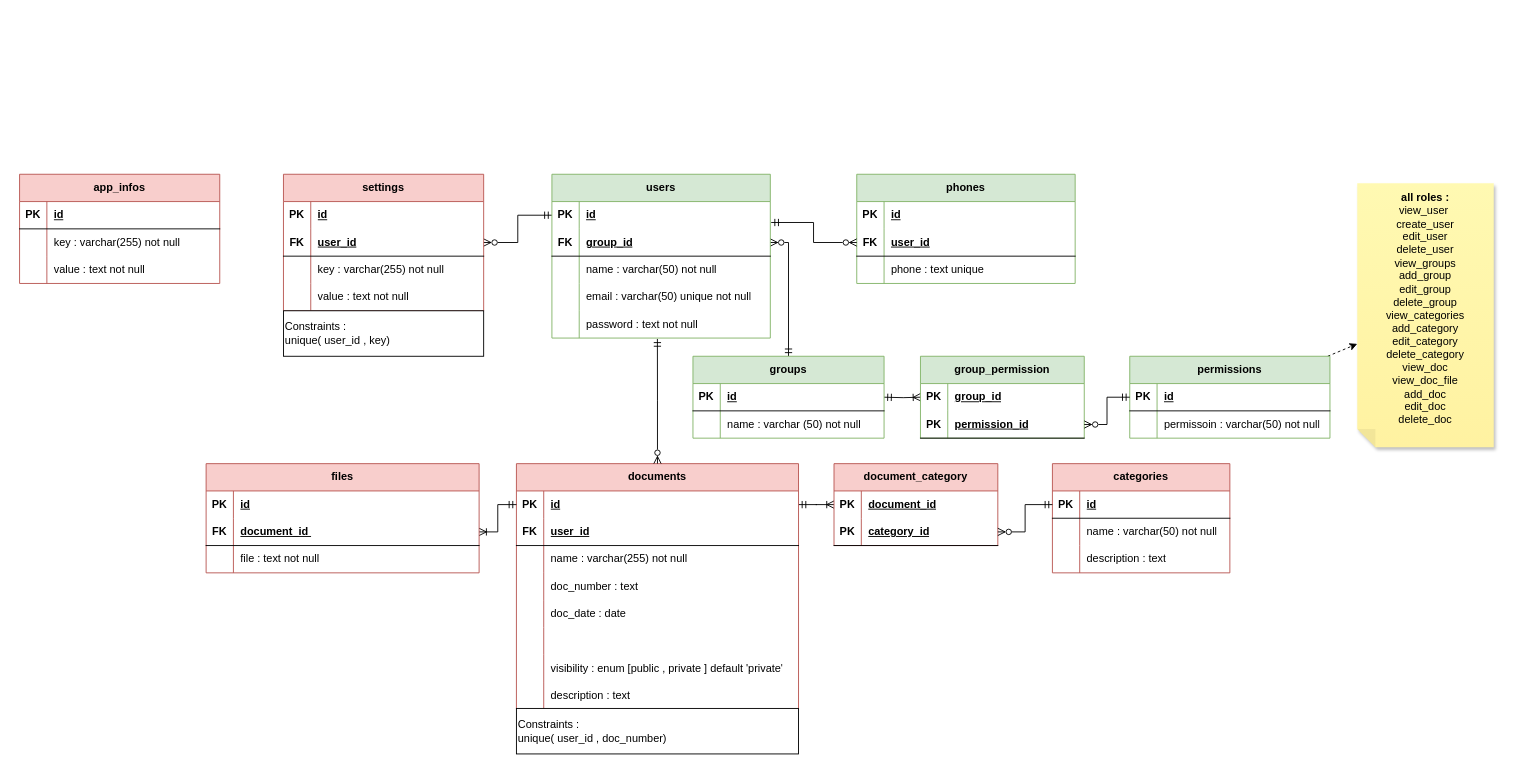
Earlier version of the draw.io diagram page "db_schema" (1 of 2) of planning/diagram.drawio (khaledfathi/documents-vault). Source tidied: cells renumbered, new cells numbered last; positions are measured from the earlier drawing's top-left corner, leaving out a move shared by most shapes. Both pictures are drawn from the tidied source at 91%, with x=0, y=0 at pixel (19, 174).
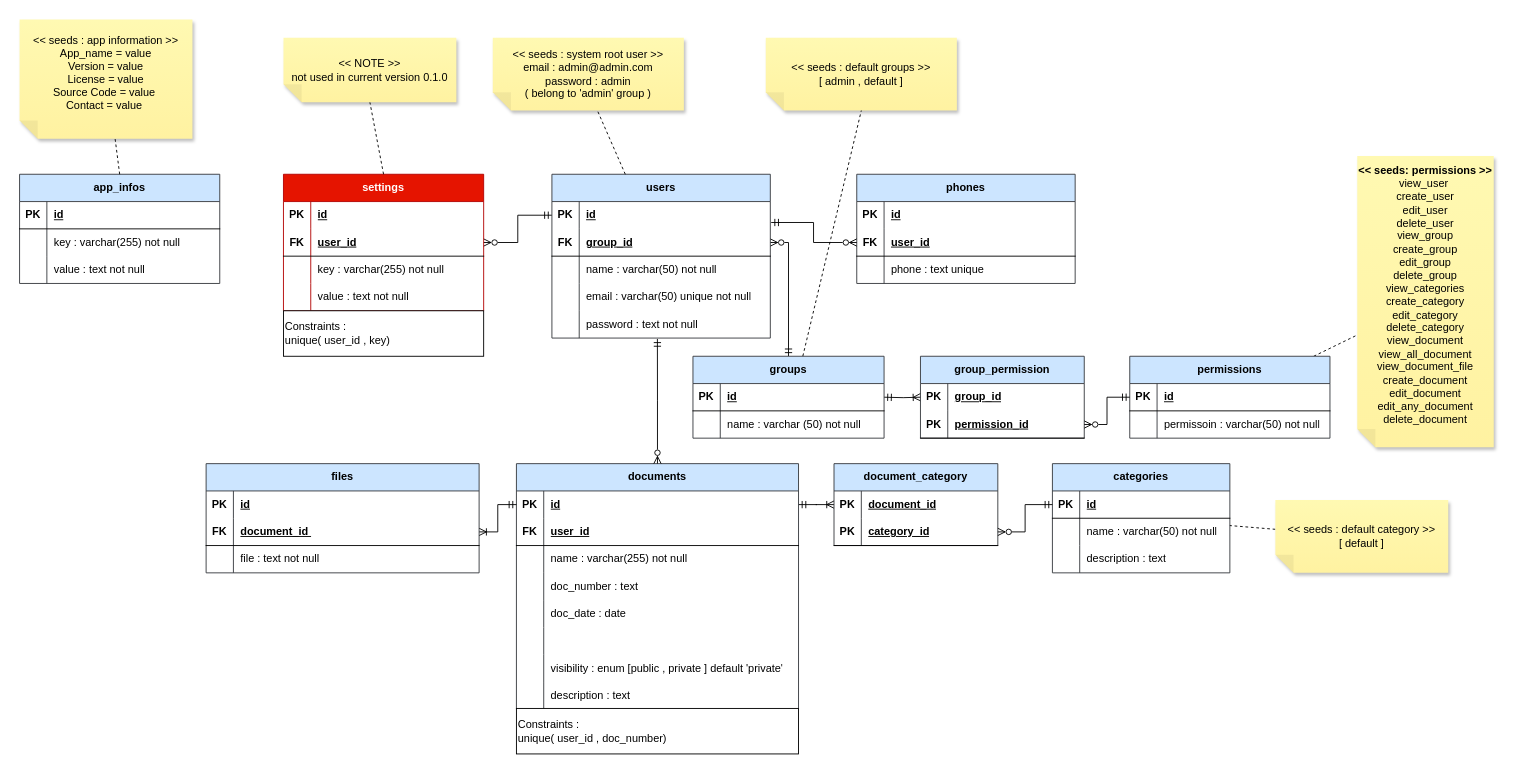
After the change.

Diff of the diagram source:
```diff
@@
-    <mxCell id="3" value="settings" style="shape=table;startSize=30;childLayout=tableLayout;rowLines=0;fontStyle=1;align=center;html=1;whiteSpace=wrap;fillColor=#f8cecc;strokeColor=#b85450;" parent="1" vertex="1">
+    <mxCell id="3" value="settings" style="shape=table;startSize=30;childLayout=tableLayout;rowLines=0;fontStyle=1;align=center;html=1;whiteSpace=wrap;fillColor=#e51400;strokeColor=#B20000;fontColor=#ffffff;" parent="1" vertex="1">
       <mxGeometry x="290" width="220" height="150" as="geometry" />
     </mxCell>
@@
-    <mxCell id="18" value="groups" style="shape=table;startSize=30;childLayout=tableLayout;rowLines=0;fontStyle=1;align=center;html=1;whiteSpace=wrap;fillColor=#d5e8d4;strokeColor=#82b366;" parent="1" vertex="1">
+    <mxCell id="18" value="groups" style="shape=table;startSize=30;childLayout=tableLayout;rowLines=0;fontStyle=1;align=center;html=1;whiteSpace=wrap;fillColor=#cce5ff;strokeColor=#36393d;" parent="1" vertex="1">
       <mxGeometry x="740" y="200" width="210" height="90" as="geometry" />
     </mxCell>
@@
-    <mxCell id="25" style="rounded=0;jettySize=auto;html=1;dashed=1;" parent="1" edge="1" source="26" target="124">
+    <mxCell id="25" style="rounded=0;jettySize=auto;html=1;dashed=1;endArrow=none;endFill=0;" parent="1" edge="1" source="26" target="124">
       <mxGeometry relative="1" as="geometry" />
     </mxCell>
-    <mxCell id="26" value="permissions" style="shape=table;startSize=30;childLayout=tableLayout;rowLines=0;fontStyle=1;align=center;html=1;whiteSpace=wrap;fillColor=#d5e8d4;strokeColor=#82b366;" parent="1" vertex="1">
+    <mxCell id="26" value="permissions" style="shape=table;startSize=30;childLayout=tableLayout;rowLines=0;fontStyle=1;align=center;html=1;whiteSpace=wrap;fillColor=#cce5ff;strokeColor=#36393d;" parent="1" vertex="1">
       <mxGeometry x="1220" y="200" width="220" height="90" as="geometry" />
     </mxCell>
@@
-    <mxCell id="34" value="documents" style="shape=table;startSize=30;childLayout=tableLayout;rowLines=0;fontStyle=1;align=center;html=1;whiteSpace=wrap;fillColor=#f8cecc;strokeColor=#b85450;" parent="1" vertex="1">
+    <mxCell id="34" value="documents" style="shape=table;startSize=30;childLayout=tableLayout;rowLines=0;fontStyle=1;align=center;html=1;whiteSpace=wrap;fillColor=#cce5ff;strokeColor=#36393d;" parent="1" vertex="1">
       <mxGeometry x="546" y="318" width="310" height="270" as="geometry" />
     </mxCell>
@@
-    <mxCell id="59" value="users" style="shape=table;startSize=30;childLayout=tableLayout;rowLines=0;fontStyle=1;align=center;html=1;whiteSpace=wrap;fillColor=#d5e8d4;strokeColor=#82b366;" parent="1" vertex="1">
+    <mxCell id="59" value="users" style="shape=table;startSize=30;childLayout=tableLayout;rowLines=0;fontStyle=1;align=center;html=1;whiteSpace=wrap;fillColor=#cce5ff;strokeColor=#36393d;" parent="1" vertex="1">
       <mxGeometry x="585" width="240" height="180" as="geometry" />
     </mxCell>
@@
-    <mxCell id="75" value="categories" style="shape=table;startSize=30;childLayout=tableLayout;rowLines=0;fontStyle=1;align=center;html=1;whiteSpace=wrap;fillColor=#f8cecc;strokeColor=#b85450;" parent="1" vertex="1">
+    <mxCell id="75" value="categories" style="shape=table;startSize=30;childLayout=tableLayout;rowLines=0;fontStyle=1;align=center;html=1;whiteSpace=wrap;fillColor=#cce5ff;strokeColor=#36393d;" parent="1" vertex="1">
       <mxGeometry x="1135" y="318" width="195" height="120" as="geometry" />
     </mxCell>
@@
-    <mxCell id="85" value="phones" style="shape=table;startSize=30;childLayout=tableLayout;rowLines=0;fontStyle=1;align=center;html=1;whiteSpace=wrap;fillColor=#d5e8d4;strokeColor=#82b366;" parent="1" vertex="1">
+    <mxCell id="85" value="phones" style="shape=table;startSize=30;childLayout=tableLayout;rowLines=0;fontStyle=1;align=center;html=1;whiteSpace=wrap;fillColor=#cce5ff;strokeColor=#36393d;" parent="1" vertex="1">
       <mxGeometry x="920" width="240" height="120" as="geometry" />
     </mxCell>
@@
-    <mxCell id="97" value="files" style="shape=table;startSize=30;childLayout=tableLayout;rowLines=0;fontStyle=1;align=center;html=1;whiteSpace=wrap;fillColor=#f8cecc;strokeColor=#b85450;" parent="1" vertex="1">
+    <mxCell id="97" value="files" style="shape=table;startSize=30;childLayout=tableLayout;rowLines=0;fontStyle=1;align=center;html=1;whiteSpace=wrap;fillColor=#cce5ff;strokeColor=#36393d;" parent="1" vertex="1">
       <mxGeometry x="205" y="318" width="300" height="120" as="geometry" />
     </mxCell>
@@
-    <mxCell id="107" value="group_permission" style="shape=table;startSize=30;childLayout=tableLayout;rowLines=0;fontStyle=1;align=center;html=1;whiteSpace=wrap;fillColor=#d5e8d4;strokeColor=#82b366;" parent="1" vertex="1">
+    <mxCell id="107" value="group_permission" style="shape=table;startSize=30;childLayout=tableLayout;rowLines=0;fontStyle=1;align=center;html=1;whiteSpace=wrap;fillColor=#cce5ff;strokeColor=#36393d;" parent="1" vertex="1">
       <mxGeometry x="990" y="200" width="180" height="90" as="geometry" />
     </mxCell>
@@
-    <mxCell id="115" value="document_category" style="shape=table;startSize=30;childLayout=tableLayout;rowLines=0;fontStyle=1;align=center;html=1;whiteSpace=wrap;fillColor=#f8cecc;strokeColor=#b85450;" parent="1" vertex="1">
+    <mxCell id="115" value="document_category" style="shape=table;startSize=30;childLayout=tableLayout;rowLines=0;fontStyle=1;align=center;html=1;whiteSpace=wrap;fillColor=#cce5ff;strokeColor=#36393d;" parent="1" vertex="1">
       <mxGeometry x="895" y="318" width="180" height="90" as="geometry" />
     </mxCell>
@@
-    <mxCell id="124" value="&lt;b&gt;all roles :&lt;br&gt;&lt;/b&gt;view_user&amp;nbsp;&lt;br&gt;create_user&lt;div&gt;edit_user&lt;/div&gt;&lt;div&gt;delete_user&lt;br&gt;view_groups&lt;br&gt;add_group&lt;br&gt;edit_group&lt;br&gt;delete_group&lt;br&gt;view_categories&lt;/div&gt;&lt;div&gt;add_category&lt;/div&gt;&lt;div&gt;edit_category&lt;/div&gt;&lt;div&gt;delete_category&lt;/div&gt;&lt;div&gt;view_doc&lt;/div&gt;&lt;div&gt;view_doc_file&lt;br&gt;add_doc&lt;/div&gt;&lt;div&gt;edit_doc&lt;/div&gt;&lt;div&gt;delete_doc&lt;/div&gt;&lt;div&gt;&lt;br&gt;&lt;/div&gt;" style="shape=note;whiteSpace=wrap;html=1;backgroundOutline=1;fontColor=#000000;darkOpacity=0.05;fillColor=#FFF9B2;strokeColor=none;fillStyle=solid;direction=west;gradientDirection=north;gradientColor=#FFF2A1;shadow=1;size=20;" parent="1" vertex="1">
-      <mxGeometry x="1470" y="10" width="150" height="290" as="geometry" />
+    <mxCell id="124" value="&lt;b&gt;&amp;lt;&amp;lt; seeds: permissions &amp;gt;&amp;gt;&lt;br&gt;&lt;/b&gt;view_user&amp;nbsp;&lt;br&gt;create_user&lt;div&gt;edit_user&lt;/div&gt;&lt;div&gt;delete_user&lt;br&gt;view_group&lt;br&gt;create_group&lt;br&gt;edit_group&lt;br&gt;delete_group&lt;br&gt;view_categories&lt;/div&gt;&lt;div&gt;create_category&lt;/div&gt;&lt;div&gt;edit_category&lt;/div&gt;&lt;div&gt;delete_category&lt;/div&gt;&lt;div&gt;view_document&lt;br&gt;view_all_document&lt;/div&gt;&lt;div&gt;view_document_file&lt;br&gt;create_document&lt;/div&gt;&lt;div&gt;edit_document&lt;br&gt;edit_any_document&lt;/div&gt;&lt;div&gt;delete_document&lt;/div&gt;&lt;div&gt;&lt;br&gt;&lt;/div&gt;" style="shape=note;whiteSpace=wrap;html=1;backgroundOutline=1;fontColor=#000000;darkOpacity=0.05;fillColor=#FFF9B2;strokeColor=none;fillStyle=solid;direction=west;gradientDirection=north;gradientColor=#FFF2A1;shadow=1;size=20;" parent="1" vertex="1">
+      <mxGeometry x="1470" y="-20" width="150" height="320" as="geometry" />
     </mxCell>
@@
-    <mxCell id="127" value="app_infos" style="shape=table;startSize=30;childLayout=tableLayout;rowLines=0;fontStyle=1;align=center;html=1;whiteSpace=wrap;fillColor=#f8cecc;strokeColor=#b85450;" parent="1" vertex="1">
+    <mxCell id="127" value="app_infos" style="shape=table;startSize=30;childLayout=tableLayout;rowLines=0;fontStyle=1;align=center;html=1;whiteSpace=wrap;fillColor=#cce5ff;strokeColor=#36393d;" parent="1" vertex="1">
       <mxGeometry width="220" height="120" as="geometry" />
     </mxCell>
@@
+    <mxCell id="137" value="&amp;lt;&amp;lt; seeds : system root user &amp;gt;&amp;gt;&lt;div&gt;email : admin@admin.com&lt;/div&gt;&lt;div&gt;password : admin&lt;br&gt;( belong to 'admin' group )&lt;/div&gt;" style="shape=note;whiteSpace=wrap;html=1;backgroundOutline=1;fontColor=#000000;darkOpacity=0.05;fillColor=#FFF9B2;strokeColor=none;fillStyle=solid;direction=west;gradientDirection=north;gradientColor=#FFF2A1;shadow=1;size=20;" parent="1" vertex="1">
+      <mxGeometry x="520" y="-150" width="210" height="80" as="geometry" />
+    </mxCell>
+    <mxCell id="138" style="rounded=0;jettySize=auto;html=1;entryX=0;entryY=0;entryDx=95;entryDy=0;entryPerimeter=0;endArrow=none;endFill=0;dashed=1;" parent="1" edge="1" source="59" target="137">
+      <mxGeometry relative="1" as="geometry" />
+    </mxCell>
+    <mxCell id="139" value="&amp;lt;&amp;lt; seeds : default groups &amp;gt;&amp;gt;&lt;br&gt;[ admin , default ]" style="shape=note;whiteSpace=wrap;html=1;backgroundOutline=1;fontColor=#000000;darkOpacity=0.05;fillColor=#FFF9B2;strokeColor=none;fillStyle=solid;direction=west;gradientDirection=north;gradientColor=#FFF2A1;shadow=1;size=20;" parent="1" vertex="1">
+      <mxGeometry x="820" y="-150" width="210" height="80" as="geometry" />
+    </mxCell>
+    <mxCell id="140" style="rounded=0;jettySize=auto;html=1;entryX=0.5;entryY=0;entryDx=0;entryDy=0;entryPerimeter=0;endArrow=none;endFill=0;dashed=1;exitX=0.575;exitY=-0.002;exitDx=0;exitDy=0;exitPerimeter=0;" parent="1" edge="1" source="18" target="139">
+      <mxGeometry relative="1" as="geometry" />
+    </mxCell>
+    <mxCell id="141" style="rounded=0;jettySize=auto;html=1;dashed=1;endArrow=none;endFill=0;" parent="1" edge="1" source="142" target="75">
+      <mxGeometry relative="1" as="geometry" />
+    </mxCell>
+    <mxCell id="142" value="&amp;lt;&amp;lt; seeds : default category &amp;gt;&amp;gt;&lt;br&gt;[ default ]" style="shape=note;whiteSpace=wrap;html=1;backgroundOutline=1;fontColor=#000000;darkOpacity=0.05;fillColor=#FFF9B2;strokeColor=none;fillStyle=solid;direction=west;gradientDirection=north;gradientColor=#FFF2A1;shadow=1;size=20;" parent="1" vertex="1">
+      <mxGeometry x="1380" y="358" width="190" height="80" as="geometry" />
+    </mxCell>
+    <mxCell id="143" value="&amp;lt;&amp;lt; seeds : app information &amp;gt;&amp;gt;&lt;br&gt;App_name = value&lt;br&gt;Version = value&lt;div&gt;License = value&lt;/div&gt;&lt;div&gt;Source Code = value&amp;nbsp;&lt;/div&gt;&lt;div&gt;Contact = value&amp;nbsp;&lt;br&gt;&lt;div&gt;&lt;br&gt;&lt;/div&gt;&lt;/div&gt;" style="shape=note;whiteSpace=wrap;html=1;backgroundOutline=1;fontColor=#000000;darkOpacity=0.05;fillColor=#FFF9B2;strokeColor=none;fillStyle=solid;direction=west;gradientDirection=north;gradientColor=#FFF2A1;shadow=1;size=20;" parent="1" vertex="1">
+      <mxGeometry y="-170" width="190" height="131" as="geometry" />
+    </mxCell>
+    <mxCell id="144" style="rounded=0;jettySize=auto;html=1;entryX=0;entryY=0;entryDx=85;entryDy=0;entryPerimeter=0;endArrow=none;endFill=0;dashed=1;exitX=0.5;exitY=0;exitDx=0;exitDy=0;" parent="1" edge="1" source="127" target="143">
+      <mxGeometry relative="1" as="geometry" />
+    </mxCell>
+    <mxCell id="145" value="&amp;lt;&amp;lt; NOTE &amp;gt;&amp;gt;&lt;br&gt;not used in current version 0.1.0" style="shape=note;whiteSpace=wrap;html=1;backgroundOutline=1;fontColor=#000000;darkOpacity=0.05;fillColor=#FFF9B2;strokeColor=none;fillStyle=solid;direction=west;gradientDirection=north;gradientColor=#FFF2A1;shadow=1;size=20;" parent="1" vertex="1">
+      <mxGeometry x="290" y="-150" width="190" height="71" as="geometry" />
+    </mxCell>
+    <mxCell id="146" style="rounded=0;jettySize=auto;html=1;entryX=0.5;entryY=0;entryDx=0;entryDy=0;entryPerimeter=0;endArrow=none;endFill=0;dashed=1;exitX=0.5;exitY=0;exitDx=0;exitDy=0;" parent="1" edge="1" source="3" target="145">
+      <mxGeometry relative="1" as="geometry" />
+    </mxCell>
```
